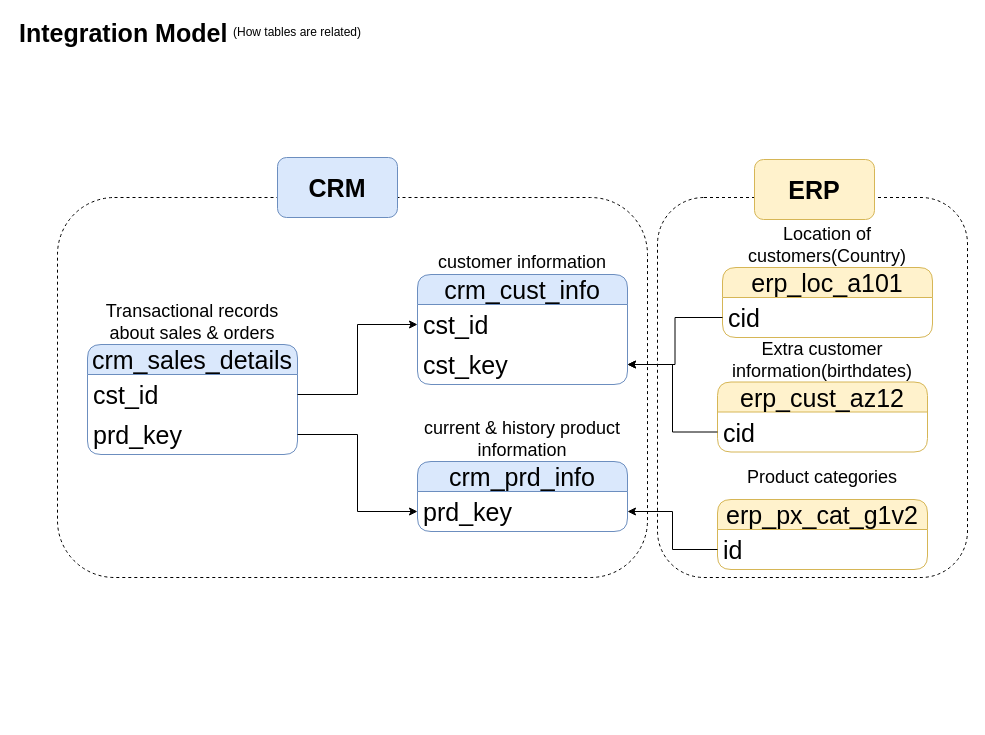
sukitha2001/sql-data-warehouse-project keeps this draw.io diagram as page "Integration Model" (3 of 4) of docs/Diagrams.drawio. Above is the earlier version. Source tidied: cells renumbered, new cells numbered last; positions are measured from the earlier drawing's top-left corner, leaving out a move shared by most shapes. Both pictures are drawn from the tidied source at 100%, with x=0, y=0 at pixel (17, 17).
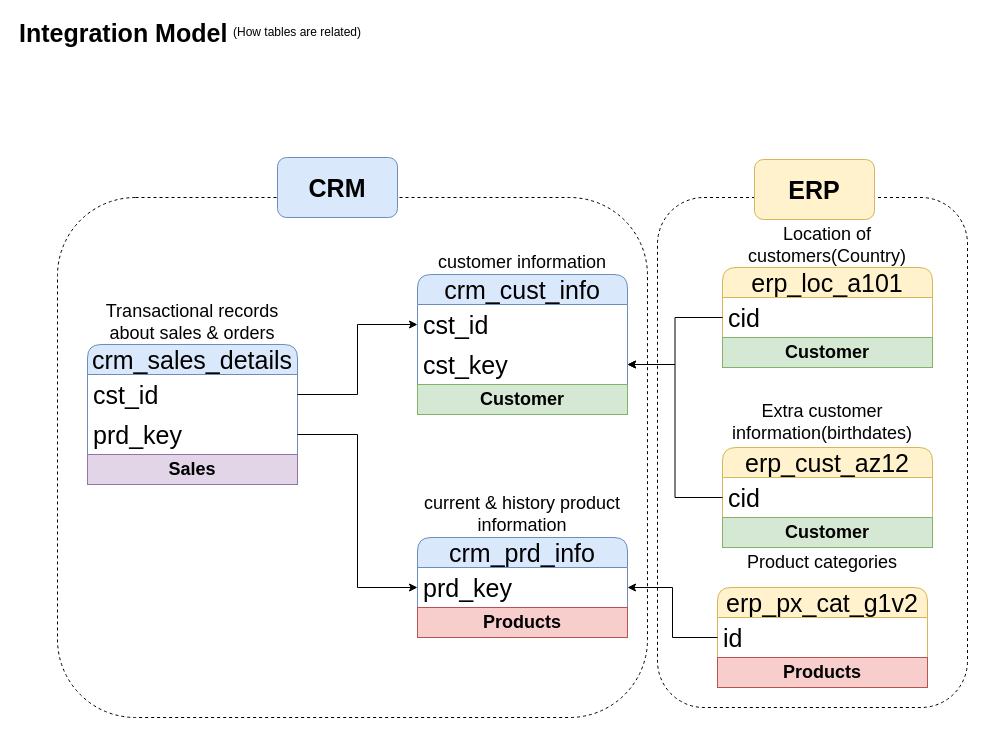
The same page after the edit.

Diff of the diagram source:
```diff
@@
+    <mxCell id="30" style="rounded=1;whiteSpace=wrap;html=1;fillColor=none;dashed=1;" parent="1" vertex="1">
+      <mxGeometry x="40" y="180" width="590" height="520" as="geometry" />
+    </mxCell>
     <mxCell id="2" style="rounded=1;whiteSpace=wrap;html=1;fillColor=none;dashed=1;" parent="1" vertex="1">
-      <mxGeometry x="640" y="180" width="310" height="380" as="geometry" />
+      <mxGeometry x="640" y="180" width="310" height="510" as="geometry" />
     </mxCell>
@@
     <mxCell id="5" value="crm_cust_info" style="swimlane;fontStyle=0;horizontal=1;startSize=30;whiteSpace=wrap;html=1;rounded=1;fillColor=#dae8fc;strokeColor=#6c8ebf;fontSize=25;" parent="1" vertex="1">
-      <mxGeometry x="400" y="257" width="210" height="110" as="geometry" />
+      <mxGeometry x="400" y="257" width="210" height="140" as="geometry" />
     </mxCell>
@@
+    <mxCell id="33" value="&lt;font style=&quot;font-size: 18px;&quot;&gt;&lt;b&gt;Customer&lt;/b&gt;&lt;/font&gt;" style="text;html=1;strokeColor=#82b366;fillColor=#d5e8d4;align=center;verticalAlign=middle;whiteSpace=wrap;overflow=hidden;" parent="5" vertex="1">
+      <mxGeometry y="110" width="210" height="30" as="geometry" />
+    </mxCell>
@@
     <mxCell id="9" value="crm_prd_info" style="swimlane;fontStyle=0;horizontal=1;startSize=30;whiteSpace=wrap;html=1;rounded=1;fillColor=#dae8fc;strokeColor=#6c8ebf;fontSize=25;" parent="1" vertex="1">
-      <mxGeometry x="400" y="444" width="210" height="70" as="geometry" />
+      <mxGeometry x="400" y="520" width="210" height="100" as="geometry" />
     </mxCell>
@@
+    <mxCell id="34" value="&lt;font style=&quot;font-size: 18px;&quot;&gt;&lt;b&gt;Products&lt;/b&gt;&lt;/font&gt;" style="text;html=1;strokeColor=#b85450;fillColor=#f8cecc;align=center;verticalAlign=middle;whiteSpace=wrap;overflow=hidden;" parent="9" vertex="1">
+      <mxGeometry y="70" width="210" height="30" as="geometry" />
+    </mxCell>
     <mxCell id="11" value="current &amp;amp; history product information" style="text;html=1;whiteSpace=wrap;strokeColor=none;fillColor=none;align=center;verticalAlign=middle;rounded=0;fontSize=18;" parent="1" vertex="1">
-      <mxGeometry x="405" y="407" width="200" height="30" as="geometry" />
+      <mxGeometry x="405" y="482" width="200" height="30" as="geometry" />
     </mxCell>
     <mxCell id="12" value="crm_sales_details" style="swimlane;fontStyle=0;horizontal=1;startSize=30;whiteSpace=wrap;html=1;rounded=1;fillColor=#dae8fc;strokeColor=#6c8ebf;fontSize=25;" parent="1" vertex="1">
-      <mxGeometry x="70" y="327" width="210" height="110" as="geometry" />
+      <mxGeometry x="70" y="327" width="210" height="140" as="geometry" />
     </mxCell>
@@
+    <mxCell id="35" value="&lt;font style=&quot;font-size: 18px;&quot;&gt;&lt;b&gt;Sales&lt;/b&gt;&lt;/font&gt;" style="text;html=1;strokeColor=#9673a6;fillColor=#e1d5e7;align=center;verticalAlign=middle;whiteSpace=wrap;overflow=hidden;" parent="12" vertex="1">
+      <mxGeometry y="110" width="210" height="30" as="geometry" />
+    </mxCell>
@@
     <mxCell id="18" value="erp_cust_az12" style="swimlane;fontStyle=0;horizontal=1;startSize=30;whiteSpace=wrap;html=1;rounded=1;fillColor=#fff2cc;strokeColor=#d6b656;fontSize=25;" parent="1" vertex="1">
-      <mxGeometry x="700" y="364.5" width="210" height="70" as="geometry" />
+      <mxGeometry x="705" y="430" width="210" height="100" as="geometry" />
     </mxCell>
@@
+    <mxCell id="36" value="&lt;font style=&quot;font-size: 18px;&quot;&gt;&lt;b&gt;Customer&lt;/b&gt;&lt;/font&gt;" style="text;html=1;strokeColor=#82b366;fillColor=#d5e8d4;align=center;verticalAlign=middle;whiteSpace=wrap;overflow=hidden;" parent="18" vertex="1">
+      <mxGeometry y="70" width="210" height="30" as="geometry" />
+    </mxCell>
     <mxCell id="20" value="Extra customer information(birthdates)" style="text;html=1;whiteSpace=wrap;strokeColor=none;fillColor=none;align=center;verticalAlign=middle;rounded=0;fontSize=18;" parent="1" vertex="1">
-      <mxGeometry x="705" y="327.5" width="200" height="30" as="geometry" />
+      <mxGeometry x="705" y="390" width="200" height="30" as="geometry" />
     </mxCell>
@@
     <mxCell id="22" value="erp_loc_a101" style="swimlane;fontStyle=0;horizontal=1;startSize=30;whiteSpace=wrap;html=1;rounded=1;fillColor=#fff2cc;strokeColor=#d6b656;fontSize=25;" parent="1" vertex="1">
-      <mxGeometry x="705" y="250" width="210" height="70" as="geometry" />
+      <mxGeometry x="705" y="250" width="210" height="100" as="geometry" />
     </mxCell>
@@
+    <mxCell id="37" value="&lt;font style=&quot;font-size: 18px;&quot;&gt;&lt;b&gt;Customer&lt;/b&gt;&lt;/font&gt;" style="text;html=1;strokeColor=#82b366;fillColor=#d5e8d4;align=center;verticalAlign=middle;whiteSpace=wrap;overflow=hidden;" parent="22" vertex="1">
+      <mxGeometry y="70" width="210" height="30" as="geometry" />
+    </mxCell>
@@
     <mxCell id="26" value="&lt;font&gt;erp_px_cat_g1v2&lt;/font&gt;" style="swimlane;fontStyle=0;horizontal=1;startSize=30;whiteSpace=wrap;html=1;rounded=1;fillColor=#fff2cc;strokeColor=#d6b656;fontSize=25;" parent="1" vertex="1">
-      <mxGeometry x="700" y="482" width="210" height="70" as="geometry" />
+      <mxGeometry x="700" y="570" width="210" height="100" as="geometry" />
     </mxCell>
@@
+    <mxCell id="38" value="&lt;font style=&quot;font-size: 18px;&quot;&gt;&lt;b&gt;Products&lt;/b&gt;&lt;/font&gt;" style="text;html=1;strokeColor=#b85450;fillColor=#f8cecc;align=center;verticalAlign=middle;whiteSpace=wrap;overflow=hidden;" parent="26" vertex="1">
+      <mxGeometry y="70" width="210" height="30" as="geometry" />
+    </mxCell>
     <mxCell id="28" value="Product categories" style="text;html=1;whiteSpace=wrap;strokeColor=none;fillColor=none;align=center;verticalAlign=middle;rounded=0;fontSize=18;" parent="1" vertex="1">
-      <mxGeometry x="705" y="445" width="200" height="30" as="geometry" />
+      <mxGeometry x="705" y="530" width="200" height="30" as="geometry" />
     </mxCell>
@@
-    <mxCell id="30" style="rounded=1;whiteSpace=wrap;html=1;fillColor=none;dashed=1;" parent="1" vertex="1">
-      <mxGeometry x="40" y="180" width="590" height="380" as="geometry" />
-    </mxCell>
```
